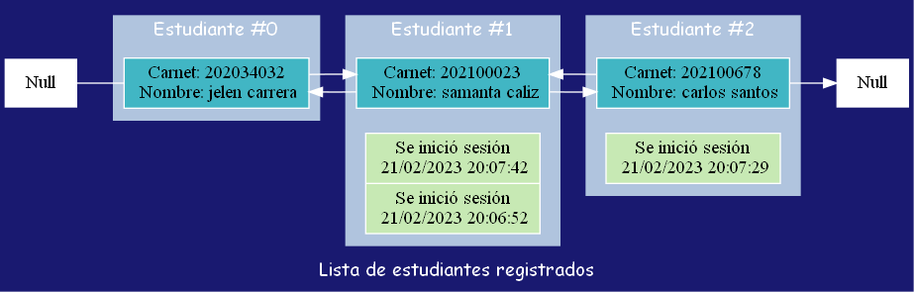
This is EDD_Proyecto1_Fase1/reportes/reportes_inicio_sesion/reporte_sesion_estudiantes.png from Damaris-Muralles/EDD_GoDrive, a Graphviz export, as it was before one commit. Its source is kept beside it as EDD_Proyecto1_Fase1/reportes/reportes_inicio_sesion/reporte_sesion_estudiantes.dot. Source of this version:
```dot
	digraph G {
		bgcolor="midnightblue";
		fontcolor=white;
		fontname="Comic Sans MS";
		label="Lista de estudiantes registrados";
		node [shape=record, colorscheme=ylgnbu9, style=filled, color=white];
		rankdir=LR;

		f0 [ label ="Null" ];
		f1[ label ="Null" ];

	subgraph cluster_0 {
        style=filled;
		color="lightsteelblue";
		label = "Estudiante #0";
        n0 [label="Carnet: 202034032&#92;n Nombre: jelen carrera", fillcolor=5];

	}
	subgraph cluster_1 {
        style=filled;
		color="lightsteelblue";
		label = "Estudiante #1";
        n1 [label="Carnet: 202100023&#92;n Nombre: samanta caliz", fillcolor=5];
	    struct1 [fillcolor=3, label="Se inició sesión&#92;n 21/02/2023 20:07:42|Se inició sesión&#92;n 21/02/2023 20:06:52"];
	}
	subgraph cluster_2 {
        style=filled;
		color="lightsteelblue";
		label = "Estudiante #2";
        n2 [label="Carnet: 202100678&#92;n Nombre: carlos santos", fillcolor=5];
	    struct2 [fillcolor=3, label="Se inició sesión&#92;n 21/02/2023 20:07:29"];
	}
    f0->n0[dir="none", color="white"]
	n0->n1[color="white"]
	n1->n2[color="white"]
	n2->f1[ color="white"]
	n2->n1[color="white"]
	n1->n0[ color="white"]
}
```
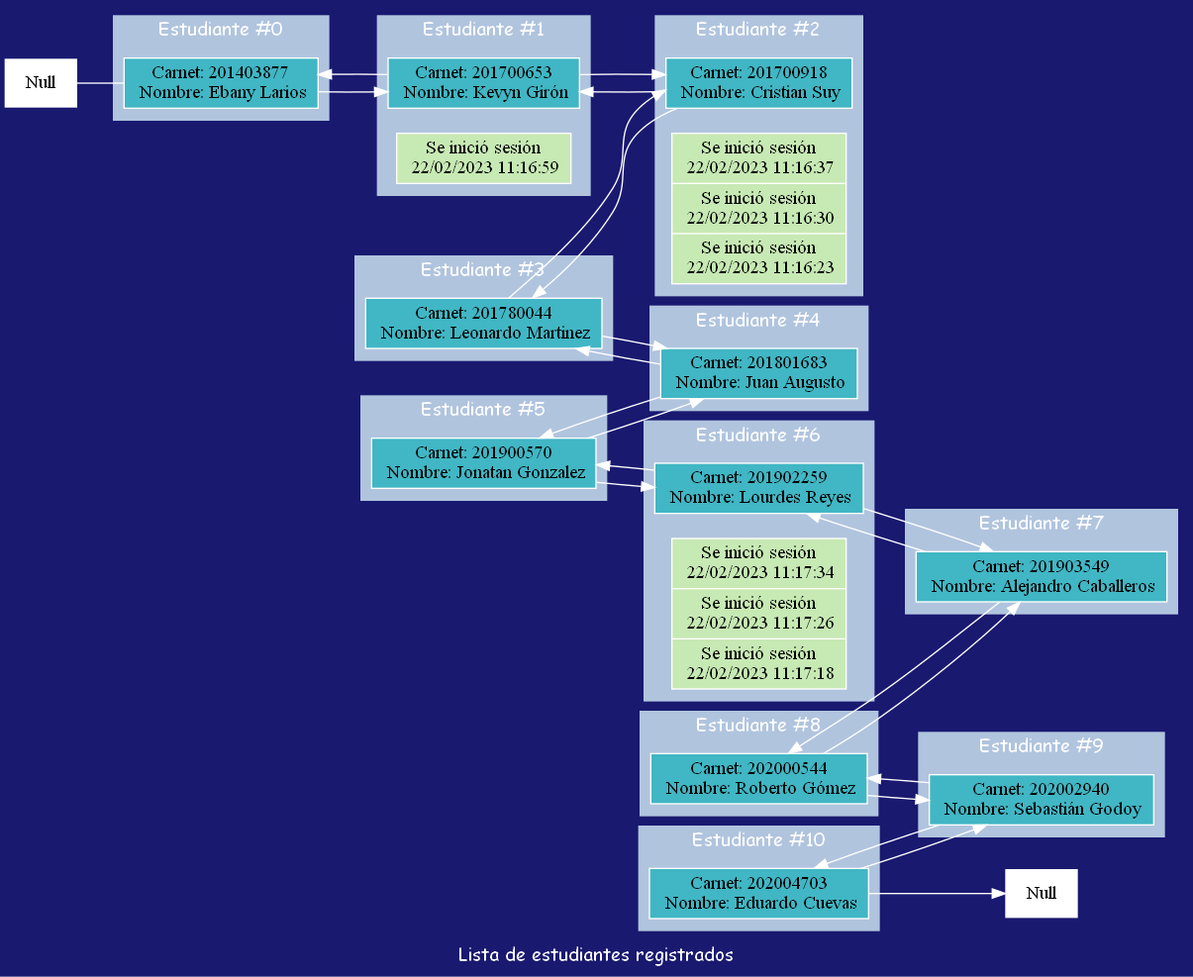
After the change.

What changed in the source:
```diff
@@ -13,27 +13,99 @@
         style=filled;
 		color="lightsteelblue";
 		label = "Estudiante #0";
-        n0 [label="Carnet: 202034032&#92;n Nombre: jelen carrera", fillcolor=5];
+        n0 [label="Carnet: 201403877&#92;n Nombre: Ebany Larios", fillcolor=5];
 
 	}
 	subgraph cluster_1 {
         style=filled;
 		color="lightsteelblue";
 		label = "Estudiante #1";
-        n1 [label="Carnet: 202100023&#92;n Nombre: samanta caliz", fillcolor=5];
-	    struct1 [fillcolor=3, label="Se inició sesión&#92;n 21/02/2023 20:07:42|Se inició sesión&#92;n 21/02/2023 20:06:52"];
+        n1 [label="Carnet: 201700653&#92;n Nombre: Kevyn Girón", fillcolor=5];
+	    struct1 [fillcolor=3, label="Se iniciÃ³ sesiÃ³n&#92;n 22/02/2023 11:16:59"];
 	}
 	subgraph cluster_2 {
         style=filled;
 		color="lightsteelblue";
 		label = "Estudiante #2";
-        n2 [label="Carnet: 202100678&#92;n Nombre: carlos santos", fillcolor=5];
-	    struct2 [fillcolor=3, label="Se inició sesión&#92;n 21/02/2023 20:07:29"];
+        n2 [label="Carnet: 201700918&#92;n Nombre: Cristian Suy", fillcolor=5];
+	    struct2 [fillcolor=3, label="Se iniciÃ³ sesiÃ³n&#92;n 22/02/2023 11:16:37|Se iniciÃ³ sesiÃ³n&#92;n 22/02/2023 11:16:30|Se iniciÃ³ sesiÃ³n&#92;n 22/02/2023 11:16:23"];
+	}
+	subgraph cluster_3 {
+        style=filled;
+		color="lightsteelblue";
+		label = "Estudiante #3";
+        n3 [label="Carnet: 201780044&#92;n Nombre: Leonardo Martinez", fillcolor=5];
+
+	}
+	subgraph cluster_4 {
+        style=filled;
+		color="lightsteelblue";
+		label = "Estudiante #4";
+        n4 [label="Carnet: 201801683&#92;n Nombre: Juan Augusto", fillcolor=5];
+
+	}
+	subgraph cluster_5 {
+        style=filled;
+		color="lightsteelblue";
+		label = "Estudiante #5";
+        n5 [label="Carnet: 201900570&#92;n Nombre: Jonatan Gonzalez", fillcolor=5];
+
+	}
+	subgraph cluster_6 {
+        style=filled;
+		color="lightsteelblue";
+		label = "Estudiante #6";
+        n6 [label="Carnet: 201902259&#92;n Nombre: Lourdes Reyes", fillcolor=5];
+	    struct6 [fillcolor=3, label="Se iniciÃ³ sesiÃ³n&#92;n 22/02/2023 11:17:34|Se iniciÃ³ sesiÃ³n&#92;n 22/02/2023 11:17:26|Se iniciÃ³ sesiÃ³n&#92;n 22/02/2023 11:17:18"];
+	}
+	subgraph cluster_7 {
+        style=filled;
+		color="lightsteelblue";
+		label = "Estudiante #7";
+        n7 [label="Carnet: 201903549&#92;n Nombre: Alejandro Caballeros", fillcolor=5];
+
+	}
+	subgraph cluster_8 {
+        style=filled;
+		color="lightsteelblue";
+		label = "Estudiante #8";
+        n8 [label="Carnet: 202000544&#92;n Nombre: Roberto Gómez", fillcolor=5];
+
+	}
+	subgraph cluster_9 {
+        style=filled;
+		color="lightsteelblue";
+		label = "Estudiante #9";
+        n9 [label="Carnet: 202002940&#92;n Nombre: Sebastián Godoy", fillcolor=5];
+
+	}
+	subgraph cluster_10 {
+        style=filled;
+		color="lightsteelblue";
+		label = "Estudiante #10";
+        n10 [label="Carnet: 202004703&#92;n Nombre: Eduardo Cuevas", fillcolor=5];
+
 	}
     f0->n0[dir="none", color="white"]
 	n0->n1[color="white"]
 	n1->n2[color="white"]
-	n2->f1[ color="white"]
+	n2->n3[color="white"]
+	n3->n4[color="white"]
+	n4->n5[color="white"]
+	n5->n6[color="white"]
+	n6->n7[color="white"]
+	n7->n8[color="white"]
+	n8->n9[color="white"]
+	n9->n10[color="white"]
+	n10->f1[ color="white"]
+	n10->
+	n9->
+	n8->
+	n7->
+	n6->
+	n5->
+	n4->
+	n3->
 	n2->n1[color="white"]
 	n1->n0[ color="white"]
 }
```
